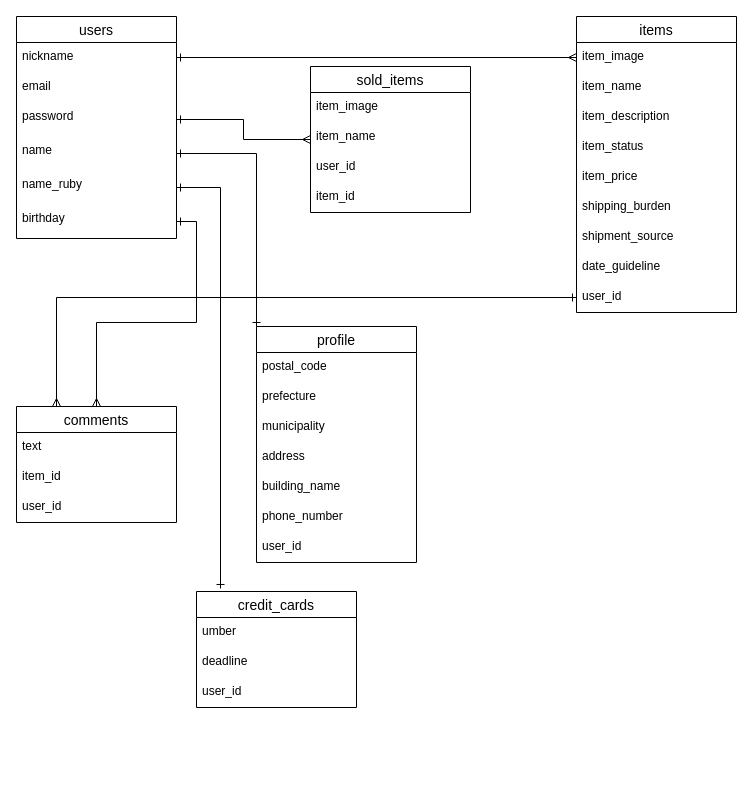
The draw.io diagram test.dio in 0405daichi/furima-35407, before the edit. Source tidied: cells renumbered, new cells numbered last; positions are measured from the earlier drawing's top-left corner, leaving out a move shared by most shapes. Both pictures are drawn from the tidied source at 100%, with x=0, y=0 at pixel (16, 16).
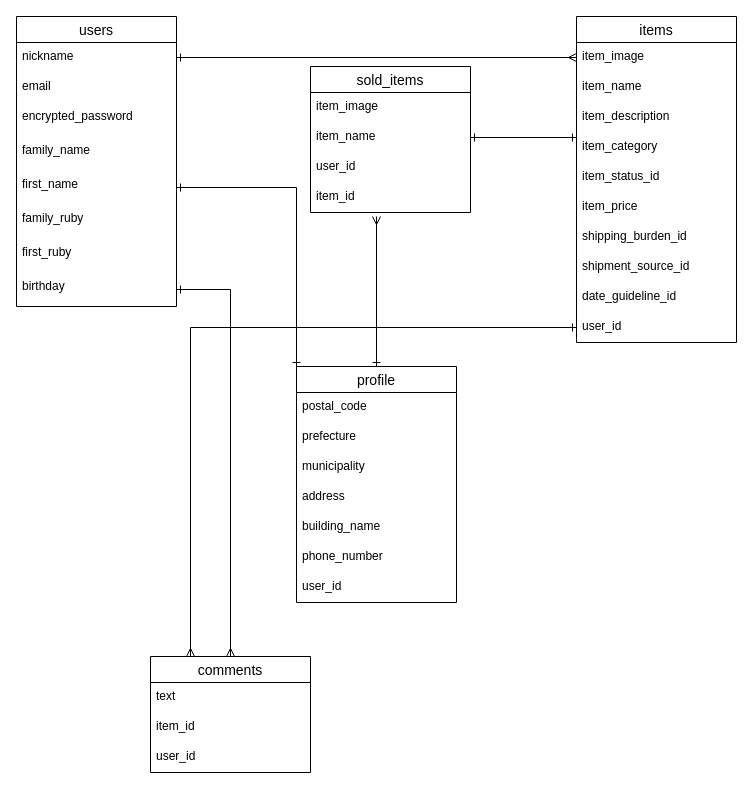
After the change.

Commit message (it also covers changes not shown here):
データベース設計　修正1

The change refers to these unchanged cells:
```xml
<mxCell id="32" value="sold_items" style="swimlane;fontStyle=0;horizontal=1;startSize=26;align=center;fontSize=14;" parent="1" vertex="1">
  <mxGeometry x="294" y="50" width="160" height="146" as="geometry" />
</mxCell>
<mxCell id="34" value="item_name" style="text;strokeColor=none;fillColor=none;spacingLeft=4;spacingRight=4;overflow=hidden;points=[[0,0.5],[1,0.5]];portConstraint=eastwest;fontSize=12;" parent="32" vertex="1">
  <mxGeometry y="56" width="160" height="30" as="geometry" />
</mxCell>
```

What changed in the source:
```diff
@@
     <mxCell id="2" value="users" style="swimlane;fontStyle=0;horizontal=1;startSize=26;align=center;fontSize=14;" parent="1" vertex="1">
-      <mxGeometry width="160" height="222" as="geometry" />
+      <mxGeometry width="160" height="290" as="geometry" />
     </mxCell>
@@
-    <mxCell id="5" value="password&#10;" style="text;strokeColor=none;fillColor=none;spacingLeft=4;spacingRight=4;overflow=hidden;points=[[0,0.5],[1,0.5]];portConstraint=eastwest;fontSize=12;" parent="2" vertex="1">
+    <mxCell id="5" value="encrypted_password" style="text;strokeColor=none;fillColor=none;spacingLeft=4;spacingRight=4;overflow=hidden;points=[[0,0.5],[1,0.5]];portConstraint=eastwest;fontSize=12;" parent="2" vertex="1">
       <mxGeometry y="86" width="160" height="34" as="geometry" />
     </mxCell>
+    <mxCell id="47" value="family_name" style="text;strokeColor=none;fillColor=none;spacingLeft=4;spacingRight=4;overflow=hidden;fontSize=12;" parent="2" vertex="1">
+      <mxGeometry y="120" width="160" height="34" as="geometry" />
+    </mxCell>
-    <mxCell id="6" value="name" style="text;strokeColor=none;fillColor=none;spacingLeft=4;spacingRight=4;overflow=hidden;points=[[0,0.5],[1,0.5]];portConstraint=eastwest;fontSize=12;" parent="2" vertex="1">
-      <mxGeometry y="120" width="160" height="34" as="geometry" />
+    <mxCell id="6" value="first_name" style="text;strokeColor=none;fillColor=none;spacingLeft=4;spacingRight=4;overflow=hidden;points=[[0,0.5],[1,0.5]];portConstraint=eastwest;fontSize=12;" parent="2" vertex="1">
+      <mxGeometry y="154" width="160" height="34" as="geometry" />
     </mxCell>
+    <mxCell id="48" value="family_ruby" style="text;strokeColor=none;fillColor=none;spacingLeft=4;spacingRight=4;overflow=hidden;fontSize=12;" parent="2" vertex="1">
+      <mxGeometry y="188" width="160" height="34" as="geometry" />
+    </mxCell>
-    <mxCell id="7" value="name_ruby" style="text;strokeColor=none;fillColor=none;spacingLeft=4;spacingRight=4;overflow=hidden;points=[[0,0.5],[1,0.5]];portConstraint=eastwest;fontSize=12;" parent="2" vertex="1">
-      <mxGeometry y="154" width="160" height="34" as="geometry" />
+    <mxCell id="7" value="first_ruby" style="text;strokeColor=none;fillColor=none;spacingLeft=4;spacingRight=4;overflow=hidden;points=[[0,0.5],[1,0.5]];portConstraint=eastwest;fontSize=12;" parent="2" vertex="1">
+      <mxGeometry y="222" width="160" height="34" as="geometry" />
     </mxCell>
     <mxCell id="8" value="birthday" style="text;strokeColor=none;fillColor=none;spacingLeft=4;spacingRight=4;overflow=hidden;points=[[0,0.5],[1,0.5]];portConstraint=eastwest;fontSize=12;" parent="2" vertex="1">
-      <mxGeometry y="188" width="160" height="34" as="geometry" />
+      <mxGeometry y="256" width="160" height="34" as="geometry" />
     </mxCell>
@@
     <mxCell id="10" value="items" style="swimlane;fontStyle=0;horizontal=1;startSize=26;align=center;fontSize=14;" parent="1" vertex="1">
-      <mxGeometry x="560" width="160" height="296" as="geometry" />
+      <mxGeometry x="560" width="160" height="326" as="geometry" />
     </mxCell>
@@
+    <mxCell id="49" value="item_category" style="text;strokeColor=none;fillColor=none;spacingLeft=4;spacingRight=4;overflow=hidden;points=[[0,0.5],[1,0.5]];portConstraint=eastwest;fontSize=12;" parent="10" vertex="1">
+      <mxGeometry y="116" width="160" height="30" as="geometry" />
+    </mxCell>
-    <mxCell id="14" value="item_status" style="text;strokeColor=none;fillColor=none;spacingLeft=4;spacingRight=4;overflow=hidden;fontSize=12;" parent="10" vertex="1">
-      <mxGeometry y="116" width="160" height="30" as="geometry" />
+    <mxCell id="14" value="item_status_id" style="text;strokeColor=none;fillColor=none;spacingLeft=4;spacingRight=4;overflow=hidden;fontSize=12;" parent="10" vertex="1">
+      <mxGeometry y="146" width="160" height="30" as="geometry" />
     </mxCell>
     <mxCell id="15" value="item_price" style="text;strokeColor=none;fillColor=none;spacingLeft=4;spacingRight=4;overflow=hidden;fontSize=12;" parent="10" vertex="1">
-      <mxGeometry y="146" width="160" height="30" as="geometry" />
+      <mxGeometry y="176" width="160" height="30" as="geometry" />
     </mxCell>
-    <mxCell id="16" value="shipping_burden" style="text;strokeColor=none;fillColor=none;spacingLeft=4;spacingRight=4;overflow=hidden;fontSize=12;" parent="10" vertex="1">
-      <mxGeometry y="176" width="160" height="30" as="geometry" />
+    <mxCell id="16" value="shipping_burden_id" style="text;strokeColor=none;fillColor=none;spacingLeft=4;spacingRight=4;overflow=hidden;fontSize=12;" parent="10" vertex="1">
+      <mxGeometry y="206" width="160" height="30" as="geometry" />
     </mxCell>
-    <mxCell id="17" value="shipment_source" style="text;strokeColor=none;fillColor=none;spacingLeft=4;spacingRight=4;overflow=hidden;fontSize=12;" parent="10" vertex="1">
-      <mxGeometry y="206" width="160" height="30" as="geometry" />
+    <mxCell id="17" value="shipment_source_id" style="text;strokeColor=none;fillColor=none;spacingLeft=4;spacingRight=4;overflow=hidden;fontSize=12;" parent="10" vertex="1">
+      <mxGeometry y="236" width="160" height="30" as="geometry" />
     </mxCell>
-    <mxCell id="18" value="date_guideline" style="text;strokeColor=none;fillColor=none;spacingLeft=4;spacingRight=4;overflow=hidden;fontSize=12;" parent="10" vertex="1">
-      <mxGeometry y="236" width="160" height="30" as="geometry" />
+    <mxCell id="18" value="date_guideline_id" style="text;strokeColor=none;fillColor=none;spacingLeft=4;spacingRight=4;overflow=hidden;fontSize=12;" parent="10" vertex="1">
+      <mxGeometry y="266" width="160" height="30" as="geometry" />
     </mxCell>
     <mxCell id="19" value="user_id" style="text;strokeColor=none;fillColor=none;spacingLeft=4;spacingRight=4;overflow=hidden;points=[[0,0.5],[1,0.5]];portConstraint=eastwest;fontSize=12;" parent="10" vertex="1">
-      <mxGeometry y="266" width="160" height="30" as="geometry" />
+      <mxGeometry y="296" width="160" height="30" as="geometry" />
     </mxCell>
     <mxCell id="20" value="comments" style="swimlane;fontStyle=0;horizontal=1;startSize=26;align=center;fontSize=14;" parent="1" vertex="1">
-      <mxGeometry y="390" width="160" height="116" as="geometry" />
+      <mxGeometry x="134" y="640" width="160" height="116" as="geometry" />
     </mxCell>
@@
+    <mxCell id="50" style="edgeStyle=orthogonalEdgeStyle;rounded=0;jettySize=auto;html=1;exitX=0.5;exitY=0;exitDx=0;exitDy=0;endArrow=ERmany;endFill=0;startArrow=ERone;startFill=0;" parent="1" edge="1" source="24">
+      <mxGeometry relative="1" as="geometry">
+        <mxPoint x="360" y="200" as="targetPoint" />
+      </mxGeometry>
+    </mxCell>
     <mxCell id="24" value="profile" style="swimlane;fontStyle=0;horizontal=1;startSize=26;align=center;fontSize=14;" parent="1" vertex="1">
-      <mxGeometry x="240" y="310" width="160" height="236" as="geometry" />
+      <mxGeometry x="280" y="350" width="160" height="236" as="geometry" />
     </mxCell>
@@
-    <mxCell id="37" value="credit_cards" style="swimlane;fontStyle=0;horizontal=1;startSize=26;align=center;fontSize=14;" parent="1" vertex="1">
-      <mxGeometry x="180" y="575" width="160" height="116" as="geometry" />
-    </mxCell>
-    <mxCell id="38" value="umber" style="text;strokeColor=none;fillColor=none;spacingLeft=4;spacingRight=4;overflow=hidden;fontSize=12;" parent="37" vertex="1">
-      <mxGeometry y="26" width="160" height="30" as="geometry" />
-    </mxCell>
-    <mxCell id="39" value="deadline" style="text;strokeColor=none;fillColor=none;spacingLeft=4;spacingRight=4;overflow=hidden;fontSize=12;" parent="37" vertex="1">
-      <mxGeometry y="56" width="160" height="30" as="geometry" />
-    </mxCell>
-    <mxCell id="40" value="user_id" style="text;strokeColor=none;fillColor=none;spacingLeft=4;spacingRight=4;overflow=hidden;fontSize=12;" parent="37" vertex="1">
-      <mxGeometry y="86" width="160" height="30" as="geometry" />
-    </mxCell>
@@
-    <mxCell id="43" style="edgeStyle=orthogonalEdgeStyle;rounded=0;jettySize=auto;html=1;exitX=1;exitY=0.5;exitDx=0;exitDy=0;entryX=0;entryY=0.5;entryDx=0;entryDy=0;startArrow=ERone;startFill=0;endArrow=ERmany;endFill=0;" parent="1" edge="1" source="5" target="32">
-      <mxGeometry relative="1" as="geometry" />
-    </mxCell>
-    <mxCell id="44" style="edgeStyle=orthogonalEdgeStyle;rounded=0;jettySize=auto;html=1;exitX=1;exitY=0.5;exitDx=0;exitDy=0;entryX=0.15;entryY=-0.026;entryDx=0;entryDy=0;entryPerimeter=0;startArrow=ERone;startFill=0;endArrow=ERone;endFill=0;" parent="1" edge="1" source="7" target="37">
-      <mxGeometry relative="1" as="geometry" />
-    </mxCell>
@@
+    <mxCell id="51" style="edgeStyle=orthogonalEdgeStyle;rounded=0;jettySize=auto;html=1;exitX=1;exitY=0.5;exitDx=0;exitDy=0;entryX=0;entryY=0.167;entryDx=0;entryDy=0;entryPerimeter=0;startArrow=ERone;startFill=0;endArrow=ERone;endFill=0;" parent="1" edge="1" source="34" target="49">
+      <mxGeometry relative="1" as="geometry" />
+    </mxCell>
```
